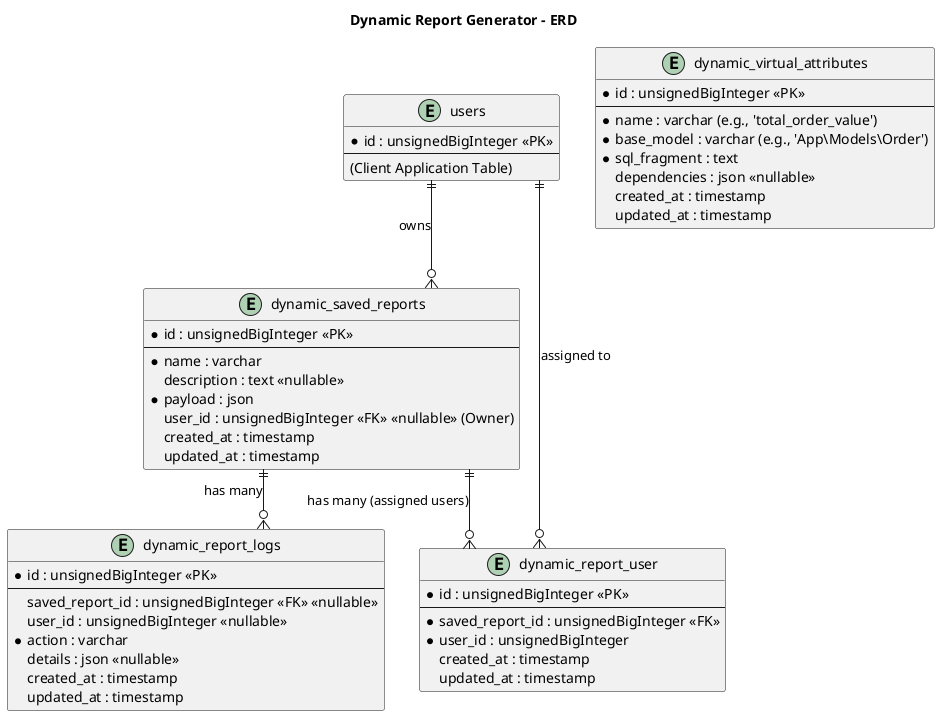
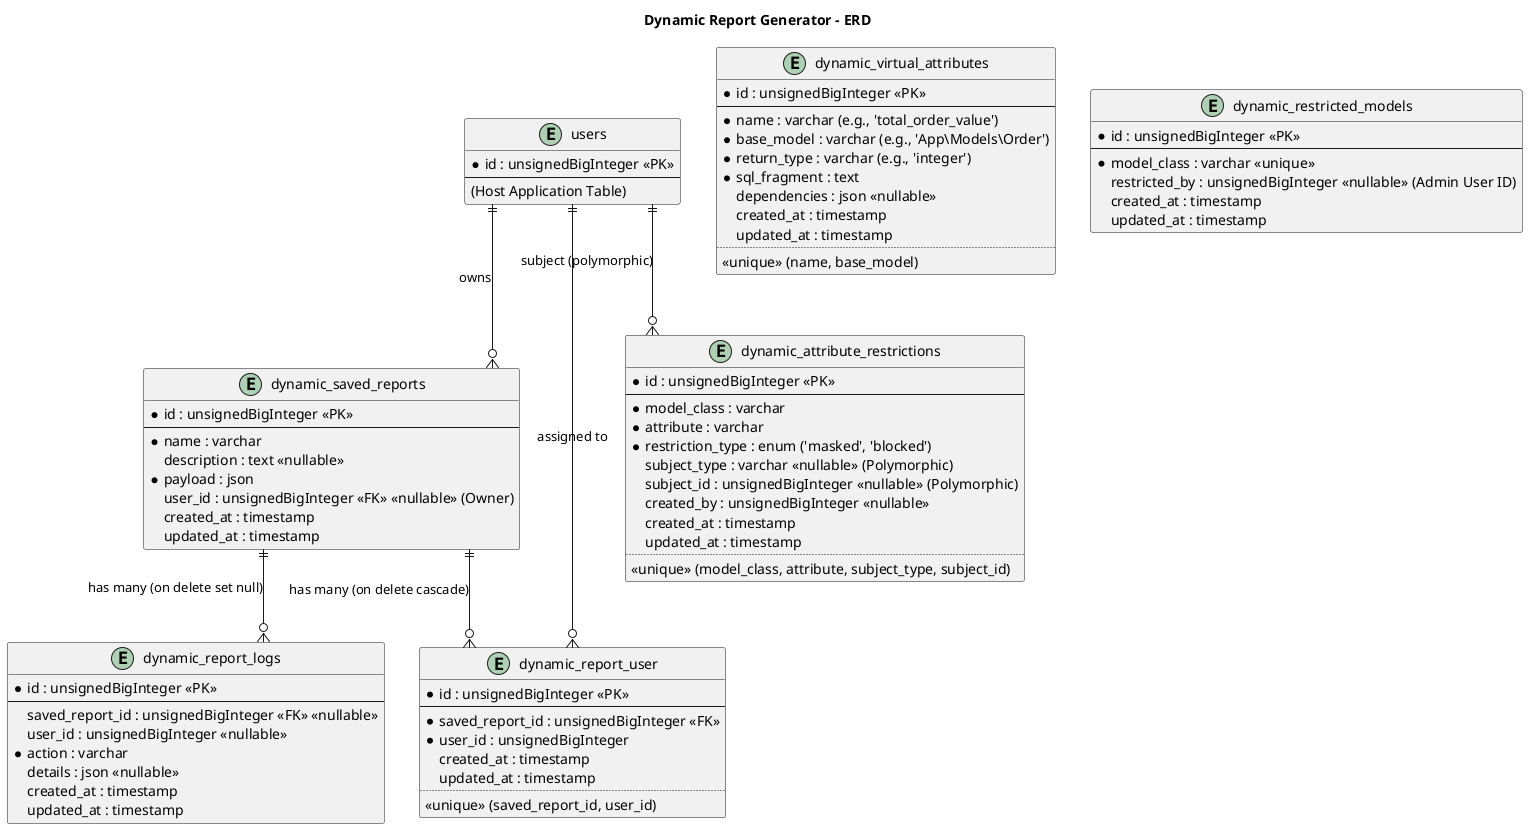
@startuml Entity Relationship Diagram
title Dynamic Report Generator - ERD

skinparam linetype ortho

entity "dynamic_saved_reports" as SavedReport {
  * id : unsignedBigInteger <<PK>>
  --
  * name : varchar
  description : text <<nullable>>
  * payload : json
  user_id : unsignedBigInteger <<FK>> <<nullable>> (Owner)
  created_at : timestamp
  updated_at : timestamp
}

entity "dynamic_report_logs" as ReportLog {
  * id : unsignedBigInteger <<PK>>
  --
  saved_report_id : unsignedBigInteger <<FK>> <<nullable>>
  user_id : unsignedBigInteger <<nullable>>
  * action : varchar
  details : json <<nullable>>
  created_at : timestamp
  updated_at : timestamp
}

entity "dynamic_report_user" as ReportUserPivot {
  * id : unsignedBigInteger <<PK>>
  --
  * saved_report_id : unsignedBigInteger <<FK>>
  * user_id : unsignedBigInteger
  created_at : timestamp
  updated_at : timestamp
- }
- 
- entity "users" as User {
-   * id : unsignedBigInteger <<PK>>
-   --
-   (Client Application Table)
+   ..
+   <<unique>> (saved_report_id, user_id)
}

entity "dynamic_virtual_attributes" as VirtualAttribute {
  * id : unsignedBigInteger <<PK>>
  --
  * name : varchar (e.g., 'total_order_value')
  * base_model : varchar (e.g., 'App\\Models\\Order')
+   * return_type : varchar (e.g., 'integer')
  * sql_fragment : text
  dependencies : json <<nullable>>
  created_at : timestamp
  updated_at : timestamp
+   ..
+   <<unique>> (name, base_model)
}

- SavedReport ||--o{ ReportLog : "has many"
- SavedReport ||--o{ ReportUserPivot : "has many (assigned users)"
+ entity "dynamic_restricted_models" as RestrictedModel {
+   * id : unsignedBigInteger <<PK>>
+   --
+   * model_class : varchar <<unique>>
+   restricted_by : unsignedBigInteger <<nullable>> (Admin User ID)
+   created_at : timestamp
+   updated_at : timestamp
+ }
+ 
+ entity "dynamic_attribute_restrictions" as AttributeRestriction {
+   * id : unsignedBigInteger <<PK>>
+   --
+   * model_class : varchar
+   * attribute : varchar
+   * restriction_type : enum ('masked', 'blocked')
+   subject_type : varchar <<nullable>> (Polymorphic)
+   subject_id : unsignedBigInteger <<nullable>> (Polymorphic)
+   created_by : unsignedBigInteger <<nullable>>
+   created_at : timestamp
+   updated_at : timestamp
+   ..
+   <<unique>> (model_class, attribute, subject_type, subject_id)
+ }
+ 
+ entity "users" as User {
+   * id : unsignedBigInteger <<PK>>
+   --
+   (Host Application Table)
+ }
+ 
+ SavedReport ||--o{ ReportLog : "has many (on delete set null)"
+ SavedReport ||--o{ ReportUserPivot : "has many (on delete cascade)"
User ||--o{ ReportUserPivot : "assigned to"
User ||--o{ SavedReport : "owns"
+ User ||--o{ AttributeRestriction : "subject (polymorphic)"

@enduml
